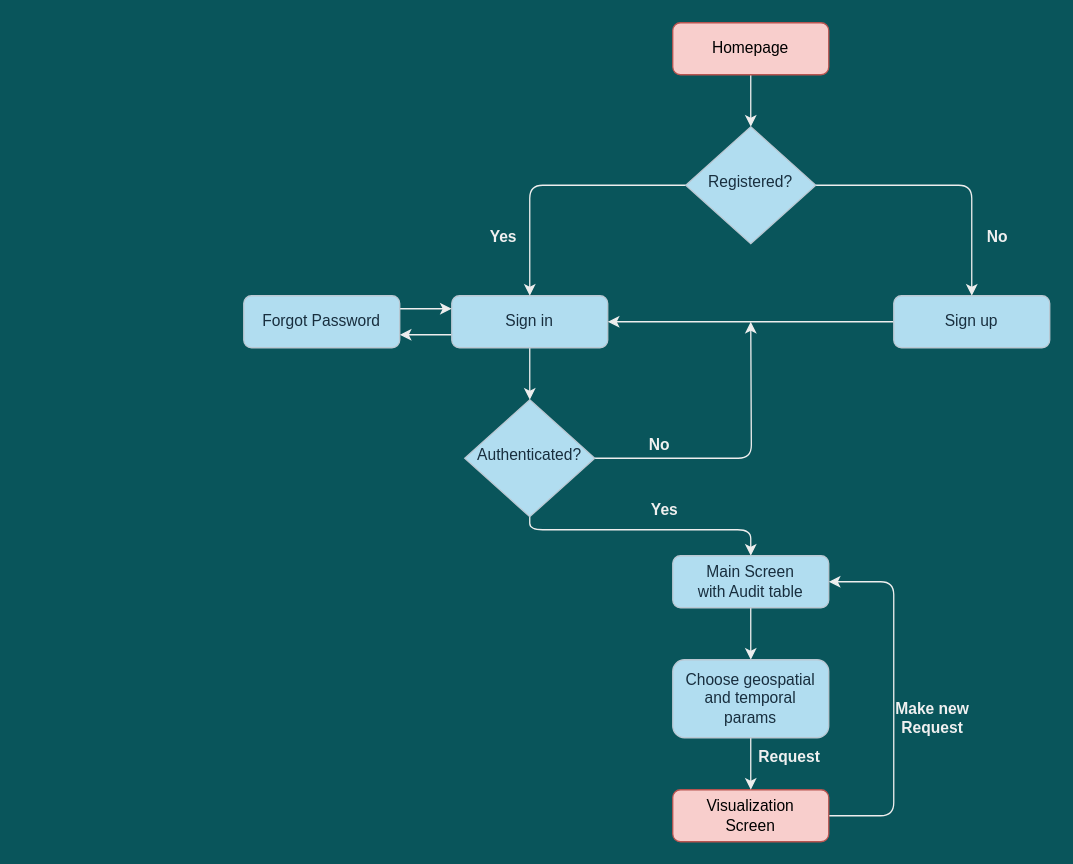
The draw.io diagram Documentation/UI-Napkin-Diagrams/Temp.drawio in airavata-courses/scapsulators, before the edit. Source tidied: cells renumbered, new cells numbered last; positions are measured from the earlier drawing's top-left corner, leaving out a move shared by most shapes. Both pictures are drawn from the tidied source at 130%, with x=0, y=0 at pixel (243, 22).
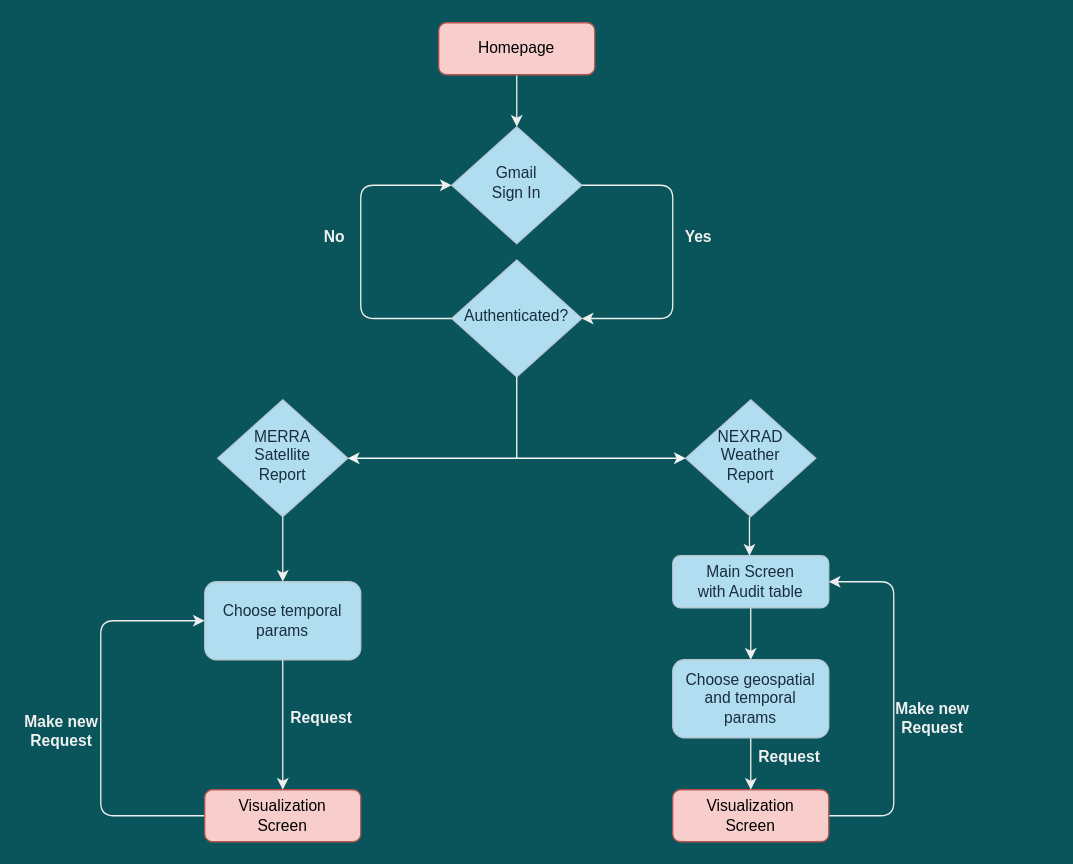
The same diagram, later.

Commit message (it also covers changes not shown here):
Updated user-flow diagram

The change refers to these unchanged cells:
```xml
<mxCell id="9" value="Main Screen&lt;br&gt;with Audit table" style="rounded=1;whiteSpace=wrap;html=1;fontSize=12;glass=0;strokeWidth=1;shadow=0;fillColor=#B1DDF0;strokeColor=#BAC8D3;fontColor=#182E3E;" parent="1" vertex="1">
  <mxGeometry x="330" y="410" width="120" height="40" as="geometry" />
</mxCell>
```

Change to the diagram source:
```diff
@@
-    <mxCell id="2" style="edgeStyle=orthogonalEdgeStyle;curved=0;rounded=1;sketch=0;jettySize=auto;html=1;exitX=1;exitY=0.5;exitDx=0;exitDy=0;fontColor=#F0F0F0;strokeColor=#EEEEEE;" parent="1" edge="1" source="4">
-      <mxGeometry relative="1" as="geometry">
-        <mxPoint x="390" y="230" as="targetPoint" />
-      </mxGeometry>
-    </mxCell>
-    <mxCell id="3" style="edgeStyle=orthogonalEdgeStyle;curved=0;rounded=1;sketch=0;jettySize=auto;html=1;exitX=0.5;exitY=1;exitDx=0;exitDy=0;fontColor=#F0F0F0;strokeColor=#EEEEEE;" parent="1" edge="1" source="4" target="9">
-      <mxGeometry relative="1" as="geometry">
-        <Array as="points">
-          <mxPoint x="220" y="390" />
-          <mxPoint x="390" y="390" />
-        </Array>
-      </mxGeometry>
-    </mxCell>
     <mxCell id="4" value="Authenticated?" style="rhombus;whiteSpace=wrap;html=1;shadow=0;fontFamily=Helvetica;fontSize=12;align=center;strokeWidth=1;spacing=6;spacingTop=-4;fillColor=#B1DDF0;strokeColor=#BAC8D3;fontColor=#182E3E;" parent="1" vertex="1">
-      <mxGeometry x="170" y="290" width="100" height="90" as="geometry" />
+      <mxGeometry x="160" y="182.5" width="100" height="90" as="geometry" />
     </mxCell>
-    <mxCell id="5" style="edgeStyle=orthogonalEdgeStyle;rounded=0;jettySize=auto;html=1;labelBackgroundColor=#09555B;strokeColor=#EEEEEE;fontColor=#FFFFFF;" parent="1" edge="1" source="7" target="4">
-      <mxGeometry relative="1" as="geometry" />
-    </mxCell>
-    <mxCell id="6" style="edgeStyle=orthogonalEdgeStyle;curved=0;rounded=1;sketch=0;jettySize=auto;html=1;exitX=0;exitY=0.75;exitDx=0;exitDy=0;entryX=1;entryY=0.75;entryDx=0;entryDy=0;fontColor=#F0F0F0;strokeColor=#EEEEEE;" parent="1" edge="1" source="7" target="15">
-      <mxGeometry relative="1" as="geometry" />
+    <mxCell id="6" style="edgeStyle=orthogonalEdgeStyle;curved=0;rounded=1;sketch=0;orthogonalLoop=1;jettySize=auto;html=1;exitX=0;exitY=0.75;exitDx=0;exitDy=0;entryX=1;entryY=0.75;entryDx=0;entryDy=0;fontColor=#F0F0F0;strokeColor=#EEEEEE;" parent="1" edge="1">
+      <mxGeometry relative="1" as="geometry">
+        <mxPoint x="-20" y="240" as="sourcePoint" />
+      </mxGeometry>
     </mxCell>
-    <mxCell id="7" value="Sign in" style="rounded=1;whiteSpace=wrap;html=1;fontSize=12;glass=0;strokeWidth=1;shadow=0;fillColor=#B1DDF0;strokeColor=#BAC8D3;fontColor=#182E3E;" parent="1" vertex="1">
-      <mxGeometry x="160" y="210" width="120" height="40" as="geometry" />
-    </mxCell>
@@
-    <mxCell id="10" style="edgeStyle=orthogonalEdgeStyle;rounded=0;jettySize=auto;html=1;exitX=0;exitY=0.5;exitDx=0;exitDy=0;labelBackgroundColor=#09555B;strokeColor=#EEEEEE;fontColor=#FFFFFF;entryX=1;entryY=0.5;entryDx=0;entryDy=0;" parent="1" edge="1" source="11" target="7">
-      <mxGeometry relative="1" as="geometry" />
+    <mxCell id="10" style="edgeStyle=orthogonalEdgeStyle;rounded=0;orthogonalLoop=1;jettySize=auto;html=1;exitX=0;exitY=0.5;exitDx=0;exitDy=0;labelBackgroundColor=#09555B;strokeColor=#EEEEEE;fontColor=#FFFFFF;entryX=1;entryY=0.5;entryDx=0;entryDy=0;" parent="1" edge="1">
+      <mxGeometry relative="1" as="geometry">
+        <mxPoint x="100" y="230" as="targetPoint" />
+      </mxGeometry>
     </mxCell>
-    <mxCell id="11" value="Sign up" style="rounded=1;whiteSpace=wrap;html=1;fontSize=12;glass=0;strokeWidth=1;shadow=0;fillColor=#B1DDF0;strokeColor=#BAC8D3;fontColor=#182E3E;" parent="1" vertex="1">
-      <mxGeometry x="500" y="210" width="120" height="40" as="geometry" />
-    </mxCell>
-    <mxCell id="12" value="No" style="text;html=1;strokeColor=none;fillColor=none;align=center;verticalAlign=middle;whiteSpace=wrap;rounded=0;fontColor=#F0F0F0;fontStyle=1;" parent="1" vertex="1">
-      <mxGeometry x="290" y="310" width="60" height="30" as="geometry" />
-    </mxCell>
-    <mxCell id="13" value="No" style="text;html=1;strokeColor=none;fillColor=none;align=center;verticalAlign=middle;whiteSpace=wrap;rounded=0;fontColor=#F0F0F0;fontStyle=1;" parent="1" vertex="1">
-      <mxGeometry x="550" y="150" width="60" height="30" as="geometry" />
-    </mxCell>
-    <mxCell id="14" style="edgeStyle=orthogonalEdgeStyle;curved=0;rounded=1;sketch=0;jettySize=auto;html=1;exitX=1;exitY=0.25;exitDx=0;exitDy=0;entryX=0;entryY=0.25;entryDx=0;entryDy=0;fontColor=#F0F0F0;strokeColor=#EEEEEE;" parent="1" edge="1" source="15" target="7">
-      <mxGeometry relative="1" as="geometry" />
+    <mxCell id="14" style="edgeStyle=orthogonalEdgeStyle;curved=0;rounded=1;sketch=0;orthogonalLoop=1;jettySize=auto;html=1;exitX=1;exitY=0.25;exitDx=0;exitDy=0;entryX=0;entryY=0.25;entryDx=0;entryDy=0;fontColor=#F0F0F0;strokeColor=#EEEEEE;" parent="1" edge="1">
+      <mxGeometry relative="1" as="geometry">
+        <mxPoint x="-20" y="220" as="targetPoint" />
+      </mxGeometry>
     </mxCell>
-    <mxCell id="15" value="Forgot Password" style="rounded=1;whiteSpace=wrap;html=1;fontSize=12;glass=0;strokeWidth=1;shadow=0;fillColor=#B1DDF0;strokeColor=#BAC8D3;fontColor=#182E3E;" parent="1" vertex="1">
-      <mxGeometry y="210" width="120" height="40" as="geometry" />
-    </mxCell>
@@
     <mxCell id="17" value="Homepage" style="rounded=1;whiteSpace=wrap;html=1;fontSize=12;glass=0;strokeWidth=1;shadow=0;fillColor=#f8cecc;strokeColor=#b85450;" parent="1" vertex="1">
-      <mxGeometry x="330" width="120" height="40" as="geometry" />
+      <mxGeometry x="150" width="120" height="40" as="geometry" />
     </mxCell>
-    <mxCell id="18" style="edgeStyle=orthogonalEdgeStyle;curved=0;rounded=1;sketch=0;jettySize=auto;html=1;exitX=0;exitY=0.5;exitDx=0;exitDy=0;entryX=0.5;entryY=0;entryDx=0;entryDy=0;fontColor=#F0F0F0;strokeColor=#EEEEEE;" parent="1" edge="1" source="20" target="7">
-      <mxGeometry relative="1" as="geometry" />
-    </mxCell>
-    <mxCell id="19" style="edgeStyle=orthogonalEdgeStyle;curved=0;rounded=1;sketch=0;jettySize=auto;html=1;exitX=1;exitY=0.5;exitDx=0;exitDy=0;entryX=0.5;entryY=0;entryDx=0;entryDy=0;fontColor=#F0F0F0;strokeColor=#EEEEEE;" parent="1" edge="1" source="20" target="11">
-      <mxGeometry relative="1" as="geometry" />
+    <mxCell id="19" style="edgeStyle=orthogonalEdgeStyle;curved=0;rounded=1;sketch=0;jettySize=auto;html=1;exitX=1;exitY=0.5;exitDx=0;exitDy=0;entryX=1;entryY=0.5;entryDx=0;entryDy=0;fontColor=#F0F0F0;strokeColor=#EEEEEE;" parent="1" edge="1" source="20" target="4">
+      <mxGeometry relative="1" as="geometry">
+        <Array as="points">
+          <mxPoint x="330" y="125" />
+          <mxPoint x="330" y="228" />
+        </Array>
+      </mxGeometry>
     </mxCell>
-    <mxCell id="20" value="Registered?" style="rhombus;whiteSpace=wrap;html=1;shadow=0;fontFamily=Helvetica;fontSize=12;align=center;strokeWidth=1;spacing=6;spacingTop=-4;fillColor=#B1DDF0;strokeColor=#BAC8D3;fontColor=#182E3E;" parent="1" vertex="1">
-      <mxGeometry x="340" y="80" width="100" height="90" as="geometry" />
+    <mxCell id="20" value="Gmail&lt;br&gt;Sign In" style="rhombus;whiteSpace=wrap;html=1;shadow=0;fontFamily=Helvetica;fontSize=12;align=center;strokeWidth=1;spacing=6;spacingTop=-4;fillColor=#B1DDF0;strokeColor=#BAC8D3;fontColor=#182E3E;" parent="1" vertex="1">
+      <mxGeometry x="160" y="80" width="100" height="90" as="geometry" />
     </mxCell>
-    <mxCell id="21" value="Yes" style="text;html=1;strokeColor=none;fillColor=none;align=center;verticalAlign=middle;whiteSpace=wrap;rounded=0;fontColor=#F0F0F0;fontStyle=1;" parent="1" vertex="1">
-      <mxGeometry x="170" y="150" width="60" height="30" as="geometry" />
-    </mxCell>
@@
-    <mxCell id="27" value="Yes" style="text;html=1;strokeColor=none;fillColor=none;align=center;verticalAlign=middle;whiteSpace=wrap;rounded=0;fontColor=#F0F0F0;fontStyle=1;" parent="1" vertex="1">
-      <mxGeometry x="294" y="360" width="60" height="30" as="geometry" />
-    </mxCell>
@@
+    <mxCell id="29" style="edgeStyle=orthogonalEdgeStyle;curved=0;rounded=1;sketch=0;jettySize=auto;html=1;exitX=0;exitY=0.5;exitDx=0;exitDy=0;entryX=0;entryY=0.5;entryDx=0;entryDy=0;fontColor=#F0F0F0;strokeColor=#EEEEEE;" parent="1" edge="1" source="4" target="20">
+      <mxGeometry relative="1" as="geometry">
+        <Array as="points">
+          <mxPoint x="90" y="228" />
+          <mxPoint x="90" y="125" />
+        </Array>
+      </mxGeometry>
+    </mxCell>
+    <mxCell id="30" value="No" style="text;html=1;strokeColor=none;fillColor=none;align=center;verticalAlign=middle;whiteSpace=wrap;rounded=0;fontColor=#F0F0F0;fontStyle=1;" parent="1" vertex="1">
+      <mxGeometry x="40" y="150" width="60" height="30" as="geometry" />
+    </mxCell>
+    <mxCell id="31" value="Yes" style="text;html=1;strokeColor=none;fillColor=none;align=center;verticalAlign=middle;whiteSpace=wrap;rounded=0;fontColor=#F0F0F0;fontStyle=1;" parent="1" vertex="1">
+      <mxGeometry x="320" y="150" width="60" height="30" as="geometry" />
+    </mxCell>
+    <mxCell id="32" value="NEXRAD&lt;br&gt;Weather&lt;br&gt;Report" style="rhombus;whiteSpace=wrap;html=1;shadow=0;fontFamily=Helvetica;fontSize=12;align=center;strokeWidth=1;spacing=6;spacingTop=-4;fillColor=#B1DDF0;strokeColor=#BAC8D3;fontColor=#182E3E;" parent="1" vertex="1">
+      <mxGeometry x="340" y="290" width="100" height="90" as="geometry" />
+    </mxCell>
+    <mxCell id="33" value="MERRA&lt;br&gt;Satellite&lt;br&gt;Report" style="rhombus;whiteSpace=wrap;html=1;shadow=0;fontFamily=Helvetica;fontSize=12;align=center;strokeWidth=1;spacing=6;spacingTop=-4;fillColor=#B1DDF0;strokeColor=#BAC8D3;fontColor=#182E3E;" parent="1" vertex="1">
+      <mxGeometry x="-20" y="290" width="100" height="90" as="geometry" />
+    </mxCell>
+    <mxCell id="34" style="edgeStyle=orthogonalEdgeStyle;curved=0;rounded=1;sketch=0;orthogonalLoop=1;jettySize=auto;html=1;exitX=0.5;exitY=1;exitDx=0;exitDy=0;fontColor=#F0F0F0;strokeColor=#EEEEEE;" parent="1" edge="1">
+      <mxGeometry relative="1" as="geometry">
+        <mxPoint x="389" y="380" as="sourcePoint" />
+        <mxPoint x="389" y="410" as="targetPoint" />
+      </mxGeometry>
+    </mxCell>
+    <mxCell id="35" style="edgeStyle=orthogonalEdgeStyle;curved=0;rounded=1;sketch=0;jettySize=auto;html=1;exitX=0;exitY=0.5;exitDx=0;exitDy=0;entryX=0;entryY=0.5;entryDx=0;entryDy=0;fontColor=#F0F0F0;strokeColor=#EEEEEE;" parent="1" edge="1" source="36" target="39">
+      <mxGeometry relative="1" as="geometry">
+        <Array as="points">
+          <mxPoint x="-110" y="610" />
+          <mxPoint x="-110" y="460" />
+        </Array>
+      </mxGeometry>
+    </mxCell>
+    <mxCell id="36" value="Visualization&lt;br&gt;Screen" style="rounded=1;whiteSpace=wrap;html=1;fontSize=12;glass=0;strokeWidth=1;shadow=0;fillColor=#f8cecc;strokeColor=#b85450;" parent="1" vertex="1">
+      <mxGeometry x="-30" y="590" width="120" height="40" as="geometry" />
+    </mxCell>
+    <mxCell id="37" value="Make new Request" style="text;html=1;strokeColor=none;fillColor=none;align=center;verticalAlign=middle;whiteSpace=wrap;rounded=0;fontColor=#F0F0F0;fontStyle=1;" parent="1" vertex="1">
+      <mxGeometry x="-170" y="530" width="60" height="30" as="geometry" />
+    </mxCell>
+    <mxCell id="38" style="edgeStyle=orthogonalEdgeStyle;curved=0;rounded=1;sketch=0;jettySize=auto;html=1;fontColor=#F0F0F0;strokeColor=#EEEEEE;" parent="1" edge="1" source="39" target="36">
+      <mxGeometry relative="1" as="geometry" />
+    </mxCell>
+    <mxCell id="39" value="Choose temporal &lt;br&gt;params" style="rounded=1;whiteSpace=wrap;html=1;fontSize=12;glass=0;strokeWidth=1;shadow=0;fillColor=#B1DDF0;strokeColor=#BAC8D3;fontColor=#182E3E;" parent="1" vertex="1">
+      <mxGeometry x="-30" y="430" width="120" height="60" as="geometry" />
+    </mxCell>
+    <mxCell id="40" value="Request" style="text;html=1;strokeColor=none;fillColor=none;align=center;verticalAlign=middle;whiteSpace=wrap;rounded=0;fontColor=#F0F0F0;fontStyle=1;" parent="1" vertex="1">
+      <mxGeometry x="30" y="520" width="60" height="30" as="geometry" />
+    </mxCell>
+    <mxCell id="41" style="edgeStyle=orthogonalEdgeStyle;curved=0;rounded=1;sketch=0;orthogonalLoop=1;jettySize=auto;html=1;fontColor=#F0F0F0;strokeColor=#EEEEEE;" parent="1" edge="1">
+      <mxGeometry relative="1" as="geometry">
+        <mxPoint x="30" y="380" as="sourcePoint" />
+        <mxPoint x="30" y="430" as="targetPoint" />
+      </mxGeometry>
+    </mxCell>
+    <mxCell id="42" style="endArrow=classic;html=1;rounded=0;exitX=0.5;exitY=1;exitDx=0;exitDy=0;entryX=0;entryY=0.5;entryDx=0;entryDy=0;strokeColor=#F7F7F7;" parent="1" edge="1" source="4" target="32">
+      <mxGeometry relative="1" as="geometry">
+        <Array as="points">
+          <mxPoint x="210" y="335" />
+        </Array>
+      </mxGeometry>
+    </mxCell>
+    <mxCell id="43" style="endArrow=classic;html=1;rounded=0;entryX=1;entryY=0.5;entryDx=0;entryDy=0;strokeColor=#F7F7F7;" parent="1" edge="1" target="33">
+      <mxGeometry relative="1" as="geometry">
+        <mxPoint x="210" y="335" as="sourcePoint" />
+      </mxGeometry>
+    </mxCell>
```
